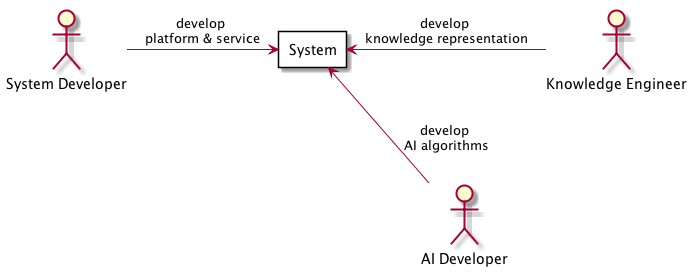
nanoix9/2019Papers keeps this PlantUML diagram as sa/uml/development-view-context.png. Above is the earlier version. Source of this version:
```plantuml
@startuml

scale max 600 height



    actor "System Developer" as SD
    actor "Knowledge Engineer" as KE
    actor "AI Developer" as AID

rectangle "System" as System {
}







SD -> System: develop \nplatform & service
System <-right- KE: develop \nknowledge representation
System <-right- AID: develop \nAI algorithms

KE -[hidden]down- AID

@enduml
```
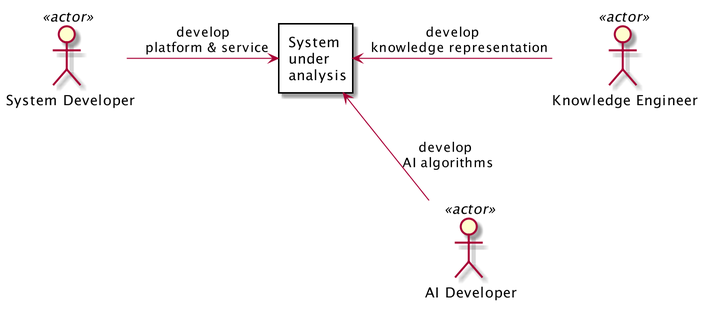
The same file after the commit.

Change to the diagram source:
```diff
@@ -1,14 +1,14 @@
 @startuml
 
-scale max 600 height
+scale 2
 
 
 
-    actor "System Developer" as SD
-    actor "Knowledge Engineer" as KE
-    actor "AI Developer" as AID
+    actor "System Developer" as SD <<actor>>
+    actor "Knowledge Engineer" as KE <<actor>>
+    actor "AI Developer" as AID <<actor>>
 
-rectangle "System" as System {
+rectangle "System \nunder \nanalysis" as System {
 }
 
 
```
